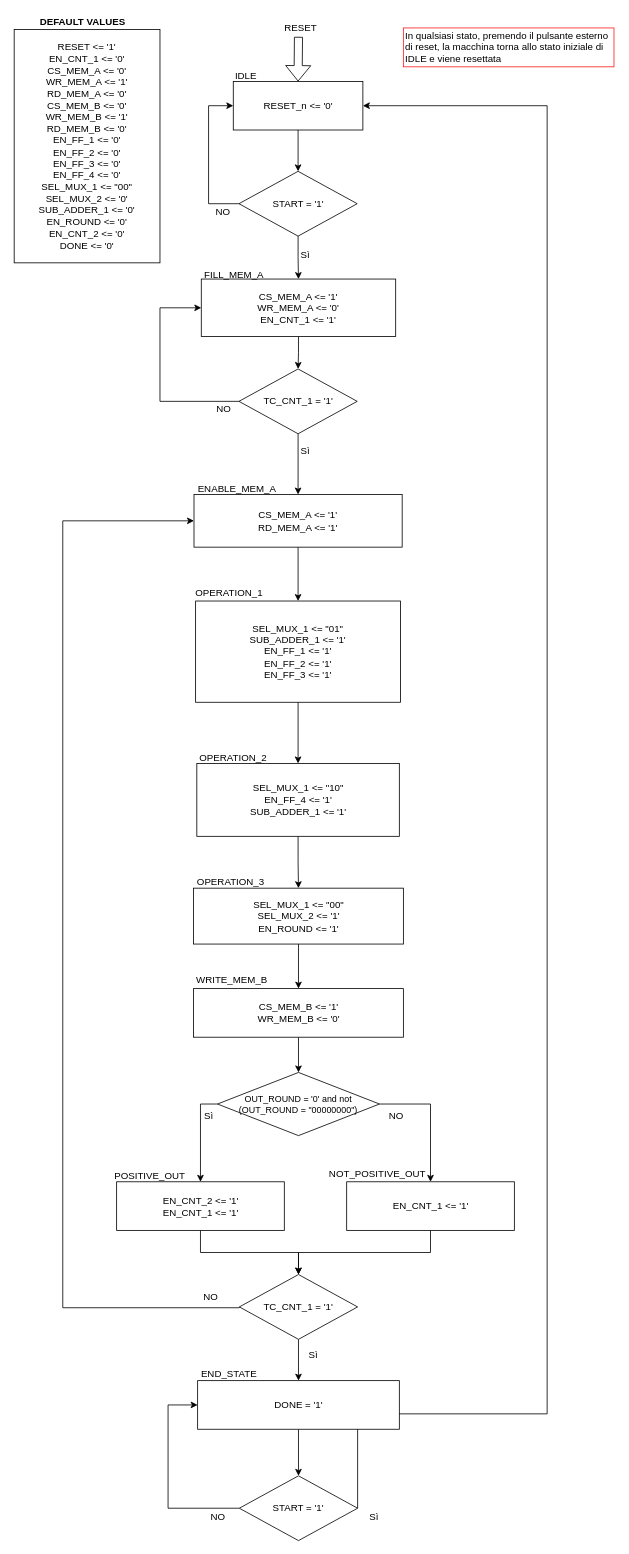
Before: lab6/Control ASM.drawio in leobel96/Polito-ESD-NeuralNetwork, a draw.io diagram. Source tidied: cells renumbered, new cells numbered last; positions are measured from the earlier drawing's top-left corner, leaving out a move shared by most shapes. Both pictures are drawn from the tidied source at 81%, with x=0, y=0 at pixel (14, 14).
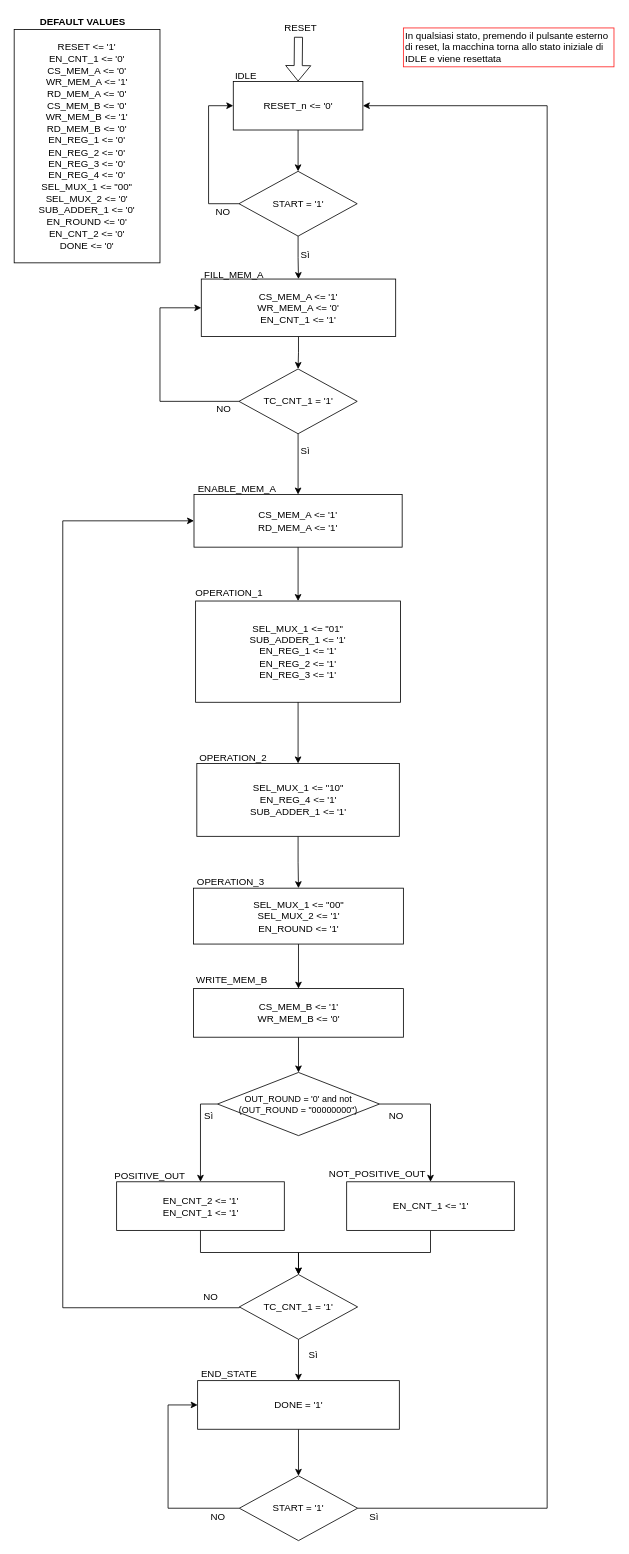
After the change.

The change refers to these unchanged cells:
```xml
<mxCell id="3" value="&lt;div&gt;RESET_n &amp;lt;= '0'&lt;/div&gt;" style="rounded=0;whiteSpace=wrap;html=1;" parent="1" vertex="1">
  <mxGeometry x="270.5" y="83" width="160" height="60" as="geometry" />
</mxCell>
<mxCell id="52" value="START = '1'" style="rhombus;whiteSpace=wrap;html=1;" parent="1" vertex="1">
  <mxGeometry x="278" y="1804.5" width="146" height="80" as="geometry" />
</mxCell>
```

Diff of the diagram source:
```diff
@@
-    <mxCell id="12" value="&lt;div&gt;SEL_MUX_1 &amp;lt;= &quot;01&quot;&lt;br&gt;&lt;div&gt;SUB_ADDER_1 &amp;lt;= '1'&lt;br&gt;&lt;/div&gt;&lt;div&gt;&lt;div&gt;&lt;div&gt;&lt;div&gt;&lt;div&gt;&lt;div&gt;EN_FF_1 &amp;lt;= '1'&lt;/div&gt;&lt;/div&gt;EN_FF_2 &amp;lt;= '1'&lt;/div&gt;&lt;/div&gt;&lt;/div&gt;&lt;div&gt;EN_FF_3 &amp;lt;= '1'&lt;/div&gt;&lt;/div&gt;&lt;/div&gt;" style="rounded=0;whiteSpace=wrap;html=1;" parent="1" vertex="1">
+    <mxCell id="12" value="&lt;div&gt;SEL_MUX_1 &amp;lt;= &quot;01&quot;&lt;br&gt;&lt;div&gt;SUB_ADDER_1 &amp;lt;= '1'&lt;br&gt;&lt;/div&gt;&lt;div&gt;&lt;div&gt;&lt;div&gt;&lt;div&gt;&lt;div&gt;&lt;div&gt;EN_REG_1 &amp;lt;= '1'&lt;/div&gt;&lt;/div&gt;EN_REG_2 &amp;lt;= '1'&lt;/div&gt;&lt;/div&gt;&lt;/div&gt;&lt;div&gt;EN_REG_3 &amp;lt;= '1'&lt;/div&gt;&lt;/div&gt;&lt;/div&gt;" style="rounded=0;whiteSpace=wrap;html=1;" parent="1" vertex="1">
       <mxGeometry x="224" y="724.5" width="253" height="125" as="geometry" />
     </mxCell>
@@
-    <mxCell id="14" value="&lt;div&gt;SEL_MUX_1 &amp;lt;= &quot;10&quot;&lt;/div&gt;&lt;div&gt;EN_FF_4 &amp;lt;= '1'&lt;/div&gt;&lt;div&gt;&lt;div&gt;SUB_ADDER_1 &amp;lt;= '1'&lt;br&gt;&lt;/div&gt;&lt;/div&gt;" style="rounded=0;whiteSpace=wrap;html=1;" parent="1" vertex="1">
+    <mxCell id="14" value="&lt;div&gt;SEL_MUX_1 &amp;lt;= &quot;10&quot;&lt;/div&gt;&lt;div&gt;EN_REG_4 &amp;lt;= '1'&lt;/div&gt;&lt;div&gt;&lt;div&gt;SUB_ADDER_1 &amp;lt;= '1'&lt;br&gt;&lt;/div&gt;&lt;/div&gt;" style="rounded=0;whiteSpace=wrap;html=1;" parent="1" vertex="1">
       <mxGeometry x="225.5" y="925" width="250" height="90" as="geometry" />
     </mxCell>
@@
     <mxCell id="23" style="edgeStyle=orthogonalEdgeStyle;rounded=0;jettySize=auto;html=1;exitX=1;exitY=0.5;exitDx=0;exitDy=0;entryX=1;entryY=0.5;entryDx=0;entryDy=0;" parent="1" edge="1" source="52" target="3">
       <mxGeometry relative="1" as="geometry">
         <Array as="points">
-          <mxPoint x="658" y="1728" />
+          <mxPoint x="658" y="1845" />
           <mxPoint x="658" y="113" />
         </Array>
       </mxGeometry>
     </mxCell>
@@
-    <mxCell id="46" value="&lt;div&gt;RESET &amp;lt;= '1'&lt;/div&gt;&lt;div&gt;EN_CNT_1 &amp;lt;= '0'&lt;/div&gt;&lt;div&gt;CS_MEM_A &amp;lt;= '0'&lt;/div&gt;&lt;div&gt;WR_MEM_A &amp;lt;= '1'&lt;/div&gt;&lt;div&gt;RD_MEM_A &amp;lt;= '0'&lt;br&gt;&lt;/div&gt;&lt;div&gt;CS_MEM_B &amp;lt;= '0'&lt;br&gt;&lt;div&gt;WR_MEM_B &amp;lt;= '1'&lt;/div&gt;&lt;div&gt;RD_MEM_B &amp;lt;= '0'&lt;/div&gt;&lt;div&gt;&lt;div&gt;&lt;div&gt;EN_FF_1 &amp;lt;= '0'&lt;/div&gt;&lt;/div&gt;&lt;div&gt;EN_FF_2 &amp;lt;= '0'&lt;/div&gt;&lt;/div&gt;&lt;div&gt;EN_FF_3 &amp;lt;= '0'&lt;/div&gt;&lt;div&gt;EN_FF_4 &amp;lt;= '0'&lt;br&gt;&lt;/div&gt;&lt;div&gt;SEL_MUX_1 &amp;lt;= &quot;00&quot;&lt;br&gt;&lt;/div&gt;&lt;div&gt;SEL_MUX_2 &amp;lt;= '0'&lt;/div&gt;&lt;div&gt;SUB_ADDER_1 &amp;lt;= '0'&lt;/div&gt;&lt;/div&gt;&lt;div&gt;EN_ROUND &amp;lt;= '0'&lt;br&gt;&lt;/div&gt;&lt;div&gt;EN_CNT_2 &amp;lt;= '0'&lt;br&gt;&lt;/div&gt;&lt;div&gt;DONE &amp;lt;= '0'&lt;/div&gt;" style="rounded=0;whiteSpace=wrap;html=1;" parent="1" vertex="1">
+    <mxCell id="46" value="&lt;div&gt;RESET &amp;lt;= '1'&lt;/div&gt;&lt;div&gt;EN_CNT_1 &amp;lt;= '0'&lt;/div&gt;&lt;div&gt;CS_MEM_A &amp;lt;= '0'&lt;/div&gt;&lt;div&gt;WR_MEM_A &amp;lt;= '1'&lt;/div&gt;&lt;div&gt;RD_MEM_A &amp;lt;= '0'&lt;br&gt;&lt;/div&gt;&lt;div&gt;CS_MEM_B &amp;lt;= '0'&lt;br&gt;&lt;div&gt;WR_MEM_B &amp;lt;= '1'&lt;/div&gt;&lt;div&gt;RD_MEM_B &amp;lt;= '0'&lt;/div&gt;&lt;div&gt;&lt;div&gt;&lt;div&gt;EN_REG_1 &amp;lt;= '0'&lt;/div&gt;&lt;/div&gt;&lt;div&gt;EN_REG_2 &amp;lt;= '0'&lt;/div&gt;&lt;/div&gt;&lt;div&gt;EN_REG_3 &amp;lt;= '0'&lt;/div&gt;&lt;div&gt;EN_REG_4 &amp;lt;= '0'&lt;br&gt;&lt;/div&gt;&lt;div&gt;SEL_MUX_1 &amp;lt;= &quot;00&quot;&lt;br&gt;&lt;/div&gt;&lt;div&gt;SEL_MUX_2 &amp;lt;= '0'&lt;/div&gt;&lt;div&gt;SUB_ADDER_1 &amp;lt;= '0'&lt;/div&gt;&lt;/div&gt;&lt;div&gt;EN_ROUND &amp;lt;= '0'&lt;br&gt;&lt;/div&gt;&lt;div&gt;EN_CNT_2 &amp;lt;= '0'&lt;br&gt;&lt;/div&gt;&lt;div&gt;DONE &amp;lt;= '0'&lt;/div&gt;" style="rounded=0;whiteSpace=wrap;html=1;" parent="1" vertex="1">
       <mxGeometry y="19" width="180" height="288" as="geometry" />
     </mxCell>
```
